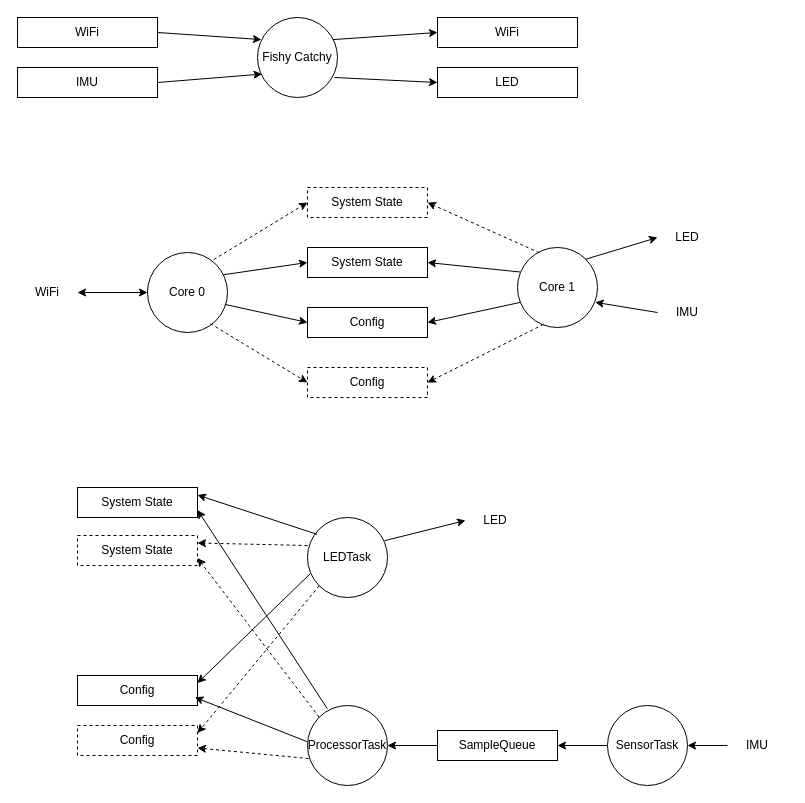
The draw.io diagram documentation/DFD.drawio in Habanes/BFH_FishyCatchy, before the edit. Source tidied: cells renumbered, new cells numbered last; positions are measured from the earlier drawing's top-left corner, leaving out a move shared by most shapes. Both pictures are drawn from the tidied source at 100%, with x=0, y=0 at pixel (17, 17).
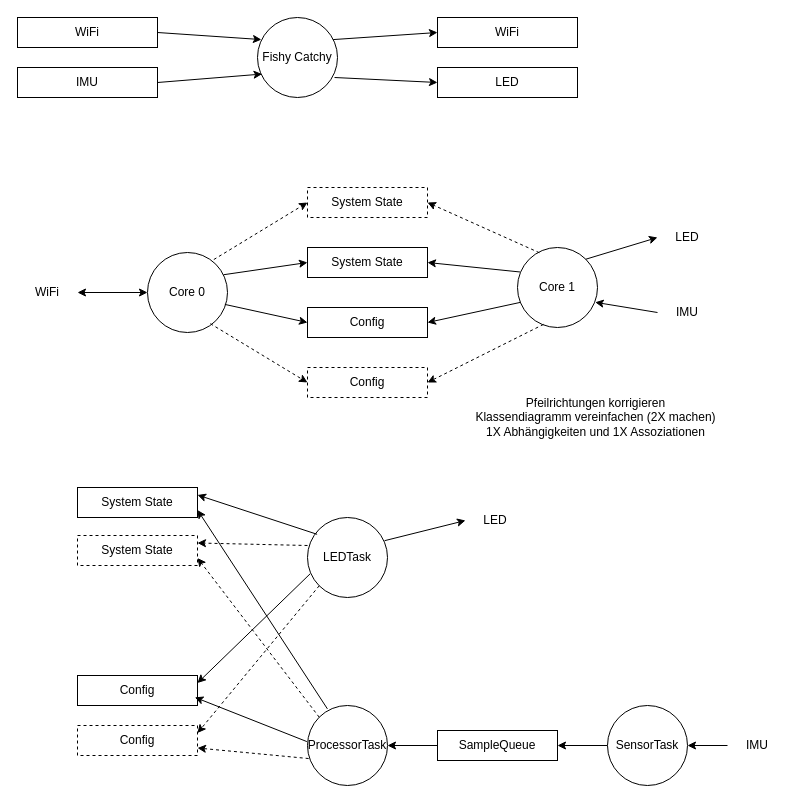
The same diagram, later.

The edit, as a diff of the source:
```diff
@@
+    <mxCell id="53" value="Pfeilrichtungen korrigieren&lt;div&gt;Klassendiagramm vereinfachen (2X machen)&lt;/div&gt;&lt;div&gt;1X Abhängigkeiten und 1X Assoziationen&lt;/div&gt;" style="text;html=1;align=center;verticalAlign=middle;strokeColor=none;fillColor=none;" parent="1" vertex="1">
+      <mxGeometry x="448" y="370" width="260" height="60" as="geometry" />
+    </mxCell>
```
